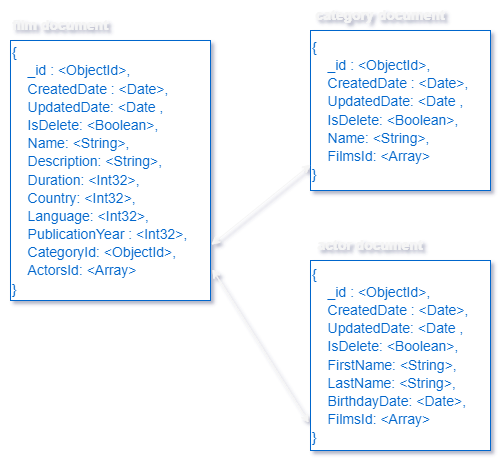
The draw.io diagram assets/moviedb_diagram.png in muhammetcagatay/microservice-api, before a commit. Source tidied: cells renumbered, new cells last; positions are measured from the earlier drawing's top-left corner, leaving out a move shared by most shapes. The source it was exported from:
```xml
<mxGraphModel>
  <root>
    <mxCell id="0" />
    <mxCell id="1" parent="0" />
    <mxCell id="2" value="&lt;font color=&quot;#0066cc&quot; style=&quot;font-size: 14px;&quot;&gt;&lt;span style=&quot;line-height: 1.3;&quot;&gt;{&lt;br&gt;&amp;nbsp; &amp;nbsp; _id : &amp;lt;ObjectId&amp;gt;,&lt;br&gt;&amp;nbsp; &amp;nbsp; CreatedDate : &amp;lt;Date&amp;gt;,&lt;br&gt;&amp;nbsp; &amp;nbsp; UpdatedDate: &amp;lt;Date ,&lt;br&gt;&amp;nbsp; &amp;nbsp; IsDelete: &amp;lt;Boolean&amp;gt;,&lt;br&gt;&amp;nbsp; &amp;nbsp; FirstName: &amp;lt;String&amp;gt;,&lt;br&gt;&amp;nbsp; &amp;nbsp; LastName: &amp;lt;String&amp;gt;,&lt;br&gt;&amp;nbsp; &amp;nbsp; BirthdayDate: &amp;lt;Date&amp;gt;,&lt;br&gt;&amp;nbsp; &amp;nbsp; FilmsId: &amp;lt;Array&amp;gt;&amp;nbsp;&lt;br&gt;}&lt;/span&gt;&lt;/font&gt;" style="whiteSpace=wrap;html=1;align=left;strokeColor=#0066CC;" parent="1" vertex="1">
      <mxGeometry x="310" y="260" width="180" height="190" as="geometry" />
    </mxCell>
    <mxCell id="3" value="&lt;b style=&quot;&quot;&gt;&lt;font color=&quot;#f5f5f5&quot;&gt;actor document&lt;/font&gt;&lt;/b&gt;" style="text;html=1;strokeColor=none;fillColor=none;align=center;verticalAlign=middle;whiteSpace=wrap;rounded=0;fontSize=14;fontColor=#0066CC;" parent="1" vertex="1">
      <mxGeometry x="310" y="230" width="120" height="30" as="geometry" />
    </mxCell>
    <mxCell id="4" value="&lt;font color=&quot;#0066cc&quot; style=&quot;font-size: 14px;&quot;&gt;&lt;span style=&quot;line-height: 1.3;&quot;&gt;{&lt;br&gt;&amp;nbsp; &amp;nbsp; _id : &amp;lt;ObjectId&amp;gt;,&lt;br&gt;&amp;nbsp; &amp;nbsp; CreatedDate : &amp;lt;Date&amp;gt;,&lt;br&gt;&amp;nbsp; &amp;nbsp; UpdatedDate: &amp;lt;Date ,&lt;br&gt;&amp;nbsp; &amp;nbsp; IsDelete: &amp;lt;Boolean&amp;gt;,&lt;br&gt;&amp;nbsp; &amp;nbsp; Name: &amp;lt;String&amp;gt;,&lt;br&gt;&amp;nbsp; &amp;nbsp; Description: &amp;lt;String&amp;gt;,&lt;br&gt;&amp;nbsp; &amp;nbsp; Duration: &amp;lt;Int32&amp;gt;,&lt;br&gt;&amp;nbsp; &amp;nbsp;&amp;nbsp;&lt;/span&gt;&lt;/font&gt;&lt;span style=&quot;color: rgb(0, 102, 204); font-size: 14px; line-height: 1.3;&quot;&gt;Country: &amp;lt;Int32&amp;gt;,&lt;br&gt;&lt;/span&gt;&lt;font color=&quot;#0066cc&quot; style=&quot;font-size: 14px;&quot;&gt;&lt;span style=&quot;line-height: 1.3;&quot;&gt;&amp;nbsp; &amp;nbsp;&amp;nbsp;&lt;/span&gt;&lt;/font&gt;&lt;span style=&quot;color: rgb(0, 102, 204); font-size: 14px; line-height: 1.3;&quot;&gt;Language: &amp;lt;Int32&amp;gt;,&lt;br&gt;&lt;/span&gt;&lt;font color=&quot;#0066cc&quot; style=&quot;font-size: 14px;&quot;&gt;&lt;span style=&quot;line-height: 1.3;&quot;&gt;&amp;nbsp; &amp;nbsp; PublicationYear : &amp;lt;Int32&amp;gt;,&lt;br&gt;&amp;nbsp; &amp;nbsp;&amp;nbsp;&lt;/span&gt;&lt;/font&gt;&lt;span style=&quot;color: rgb(0, 102, 204); font-size: 14px; line-height: 1.3;&quot;&gt;CategoryId: &amp;lt;ObjectId&amp;gt;,&lt;/span&gt;&lt;font color=&quot;#0066cc&quot; style=&quot;font-size: 14px;&quot;&gt;&lt;span style=&quot;line-height: 1.3;&quot;&gt;&lt;br&gt;&amp;nbsp; &amp;nbsp; ActorsId: &amp;lt;Array&amp;gt;&amp;nbsp;&lt;br&gt;}&lt;/span&gt;&lt;/font&gt;" style="whiteSpace=wrap;html=1;align=left;strokeColor=#0066CC;" parent="1" vertex="1">
      <mxGeometry x="10" y="40" width="200" height="260" as="geometry" />
    </mxCell>
    <mxCell id="5" value="&lt;b style=&quot;&quot;&gt;&lt;font color=&quot;#f5f5f5&quot;&gt;film document&lt;/font&gt;&lt;/b&gt;" style="text;html=1;strokeColor=none;fillColor=none;align=center;verticalAlign=middle;whiteSpace=wrap;rounded=0;fontSize=14;fontColor=#0066CC;" parent="1" vertex="1">
      <mxGeometry y="10" width="120" height="30" as="geometry" />
    </mxCell>
    <mxCell id="6" value="&lt;font color=&quot;#0066cc&quot; style=&quot;font-size: 14px;&quot;&gt;&lt;span style=&quot;line-height: 1.3;&quot;&gt;{&lt;br&gt;&amp;nbsp; &amp;nbsp; _id : &amp;lt;ObjectId&amp;gt;,&lt;br&gt;&amp;nbsp; &amp;nbsp; CreatedDate : &amp;lt;Date&amp;gt;,&lt;br&gt;&amp;nbsp; &amp;nbsp; UpdatedDate: &amp;lt;Date ,&lt;br&gt;&amp;nbsp; &amp;nbsp; IsDelete: &amp;lt;Boolean&amp;gt;,&lt;br&gt;&amp;nbsp; &amp;nbsp; Name: &amp;lt;String&amp;gt;,&lt;br&gt;&amp;nbsp; &amp;nbsp; FilmsId: &amp;lt;Array&amp;gt;&amp;nbsp;&lt;br&gt;}&lt;/span&gt;&lt;/font&gt;" style="whiteSpace=wrap;html=1;align=left;strokeColor=#0066CC;" parent="1" vertex="1">
      <mxGeometry x="310" y="30" width="180" height="160" as="geometry" />
    </mxCell>
    <mxCell id="7" value="&lt;b style=&quot;&quot;&gt;&lt;font color=&quot;#f5f5f5&quot;&gt;category document&lt;/font&gt;&lt;/b&gt;" style="text;html=1;strokeColor=none;fillColor=none;align=center;verticalAlign=middle;whiteSpace=wrap;rounded=0;fontSize=14;fontColor=#0066CC;" parent="1" vertex="1">
      <mxGeometry x="310" width="140" height="30" as="geometry" />
    </mxCell>
    <mxCell id="8" style="endArrow=classic;startArrow=classic;html=1;rounded=0;fontSize=14;fontColor=#000000;exitX=0;exitY=0.838;exitDx=0;exitDy=0;exitPerimeter=0;entryX=1.005;entryY=0.785;entryDx=0;entryDy=0;entryPerimeter=0;strokeColor=#F5F5F5;" parent="1" edge="1" source="6" target="4">
      <mxGeometry relative="1" as="geometry" />
    </mxCell>
    <mxCell id="9" style="endArrow=classic;startArrow=classic;html=1;rounded=0;fontSize=14;fontColor=#000000;exitX=-0.011;exitY=0.853;exitDx=0;exitDy=0;exitPerimeter=0;entryX=1.01;entryY=0.881;entryDx=0;entryDy=0;entryPerimeter=0;strokeColor=#F5F5F5;" parent="1" edge="1" source="2" target="4">
      <mxGeometry relative="1" as="geometry" />
    </mxCell>
  </root>
</mxGraphModel>
```
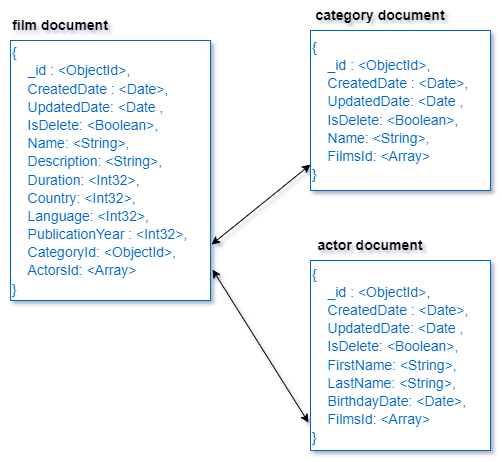
After the change.

Commit message:
update moviedb diagram

What changed in the source:
```diff
@@ -5,25 +5,25 @@
     <mxCell id="2" value="&lt;font color=&quot;#0066cc&quot; style=&quot;font-size: 14px;&quot;&gt;&lt;span style=&quot;line-height: 1.3;&quot;&gt;{&lt;br&gt;&amp;nbsp; &amp;nbsp; _id : &amp;lt;ObjectId&amp;gt;,&lt;br&gt;&amp;nbsp; &amp;nbsp; CreatedDate : &amp;lt;Date&amp;gt;,&lt;br&gt;&amp;nbsp; &amp;nbsp; UpdatedDate: &amp;lt;Date ,&lt;br&gt;&amp;nbsp; &amp;nbsp; IsDelete: &amp;lt;Boolean&amp;gt;,&lt;br&gt;&amp;nbsp; &amp;nbsp; FirstName: &amp;lt;String&amp;gt;,&lt;br&gt;&amp;nbsp; &amp;nbsp; LastName: &amp;lt;String&amp;gt;,&lt;br&gt;&amp;nbsp; &amp;nbsp; BirthdayDate: &amp;lt;Date&amp;gt;,&lt;br&gt;&amp;nbsp; &amp;nbsp; FilmsId: &amp;lt;Array&amp;gt;&amp;nbsp;&lt;br&gt;}&lt;/span&gt;&lt;/font&gt;" style="whiteSpace=wrap;html=1;align=left;strokeColor=#0066CC;" parent="1" vertex="1">
       <mxGeometry x="310" y="260" width="180" height="190" as="geometry" />
     </mxCell>
-    <mxCell id="3" value="&lt;b style=&quot;&quot;&gt;&lt;font color=&quot;#f5f5f5&quot;&gt;actor document&lt;/font&gt;&lt;/b&gt;" style="text;html=1;strokeColor=none;fillColor=none;align=center;verticalAlign=middle;whiteSpace=wrap;rounded=0;fontSize=14;fontColor=#0066CC;" parent="1" vertex="1">
+    <mxCell id="3" value="&lt;b style=&quot;&quot;&gt;&lt;font color=&quot;#000000&quot;&gt;actor document&lt;/font&gt;&lt;/b&gt;" style="text;html=1;strokeColor=none;fillColor=none;align=center;verticalAlign=middle;whiteSpace=wrap;rounded=0;fontSize=14;fontColor=#0066CC;" parent="1" vertex="1">
       <mxGeometry x="310" y="230" width="120" height="30" as="geometry" />
     </mxCell>
     <mxCell id="4" value="&lt;font color=&quot;#0066cc&quot; style=&quot;font-size: 14px;&quot;&gt;&lt;span style=&quot;line-height: 1.3;&quot;&gt;{&lt;br&gt;&amp;nbsp; &amp;nbsp; _id : &amp;lt;ObjectId&amp;gt;,&lt;br&gt;&amp;nbsp; &amp;nbsp; CreatedDate : &amp;lt;Date&amp;gt;,&lt;br&gt;&amp;nbsp; &amp;nbsp; UpdatedDate: &amp;lt;Date ,&lt;br&gt;&amp;nbsp; &amp;nbsp; IsDelete: &amp;lt;Boolean&amp;gt;,&lt;br&gt;&amp;nbsp; &amp;nbsp; Name: &amp;lt;String&amp;gt;,&lt;br&gt;&amp;nbsp; &amp;nbsp; Description: &amp;lt;String&amp;gt;,&lt;br&gt;&amp;nbsp; &amp;nbsp; Duration: &amp;lt;Int32&amp;gt;,&lt;br&gt;&amp;nbsp; &amp;nbsp;&amp;nbsp;&lt;/span&gt;&lt;/font&gt;&lt;span style=&quot;color: rgb(0, 102, 204); font-size: 14px; line-height: 1.3;&quot;&gt;Country: &amp;lt;Int32&amp;gt;,&lt;br&gt;&lt;/span&gt;&lt;font color=&quot;#0066cc&quot; style=&quot;font-size: 14px;&quot;&gt;&lt;span style=&quot;line-height: 1.3;&quot;&gt;&amp;nbsp; &amp;nbsp;&amp;nbsp;&lt;/span&gt;&lt;/font&gt;&lt;span style=&quot;color: rgb(0, 102, 204); font-size: 14px; line-height: 1.3;&quot;&gt;Language: &amp;lt;Int32&amp;gt;,&lt;br&gt;&lt;/span&gt;&lt;font color=&quot;#0066cc&quot; style=&quot;font-size: 14px;&quot;&gt;&lt;span style=&quot;line-height: 1.3;&quot;&gt;&amp;nbsp; &amp;nbsp; PublicationYear : &amp;lt;Int32&amp;gt;,&lt;br&gt;&amp;nbsp; &amp;nbsp;&amp;nbsp;&lt;/span&gt;&lt;/font&gt;&lt;span style=&quot;color: rgb(0, 102, 204); font-size: 14px; line-height: 1.3;&quot;&gt;CategoryId: &amp;lt;ObjectId&amp;gt;,&lt;/span&gt;&lt;font color=&quot;#0066cc&quot; style=&quot;font-size: 14px;&quot;&gt;&lt;span style=&quot;line-height: 1.3;&quot;&gt;&lt;br&gt;&amp;nbsp; &amp;nbsp; ActorsId: &amp;lt;Array&amp;gt;&amp;nbsp;&lt;br&gt;}&lt;/span&gt;&lt;/font&gt;" style="whiteSpace=wrap;html=1;align=left;strokeColor=#0066CC;" parent="1" vertex="1">
       <mxGeometry x="10" y="40" width="200" height="260" as="geometry" />
     </mxCell>
-    <mxCell id="5" value="&lt;b style=&quot;&quot;&gt;&lt;font color=&quot;#f5f5f5&quot;&gt;film document&lt;/font&gt;&lt;/b&gt;" style="text;html=1;strokeColor=none;fillColor=none;align=center;verticalAlign=middle;whiteSpace=wrap;rounded=0;fontSize=14;fontColor=#0066CC;" parent="1" vertex="1">
+    <mxCell id="5" value="&lt;b style=&quot;&quot;&gt;&lt;font color=&quot;#000000&quot;&gt;film document&lt;/font&gt;&lt;/b&gt;" style="text;html=1;strokeColor=none;fillColor=none;align=center;verticalAlign=middle;whiteSpace=wrap;rounded=0;fontSize=14;fontColor=#0066CC;" parent="1" vertex="1">
       <mxGeometry y="10" width="120" height="30" as="geometry" />
     </mxCell>
     <mxCell id="6" value="&lt;font color=&quot;#0066cc&quot; style=&quot;font-size: 14px;&quot;&gt;&lt;span style=&quot;line-height: 1.3;&quot;&gt;{&lt;br&gt;&amp;nbsp; &amp;nbsp; _id : &amp;lt;ObjectId&amp;gt;,&lt;br&gt;&amp;nbsp; &amp;nbsp; CreatedDate : &amp;lt;Date&amp;gt;,&lt;br&gt;&amp;nbsp; &amp;nbsp; UpdatedDate: &amp;lt;Date ,&lt;br&gt;&amp;nbsp; &amp;nbsp; IsDelete: &amp;lt;Boolean&amp;gt;,&lt;br&gt;&amp;nbsp; &amp;nbsp; Name: &amp;lt;String&amp;gt;,&lt;br&gt;&amp;nbsp; &amp;nbsp; FilmsId: &amp;lt;Array&amp;gt;&amp;nbsp;&lt;br&gt;}&lt;/span&gt;&lt;/font&gt;" style="whiteSpace=wrap;html=1;align=left;strokeColor=#0066CC;" parent="1" vertex="1">
       <mxGeometry x="310" y="30" width="180" height="160" as="geometry" />
     </mxCell>
-    <mxCell id="7" value="&lt;b style=&quot;&quot;&gt;&lt;font color=&quot;#f5f5f5&quot;&gt;category document&lt;/font&gt;&lt;/b&gt;" style="text;html=1;strokeColor=none;fillColor=none;align=center;verticalAlign=middle;whiteSpace=wrap;rounded=0;fontSize=14;fontColor=#0066CC;" parent="1" vertex="1">
+    <mxCell id="7" value="&lt;b style=&quot;&quot;&gt;&lt;font color=&quot;#000000&quot;&gt;category document&lt;/font&gt;&lt;/b&gt;" style="text;html=1;strokeColor=none;fillColor=none;align=center;verticalAlign=middle;whiteSpace=wrap;rounded=0;fontSize=14;fontColor=#0066CC;" parent="1" vertex="1">
       <mxGeometry x="310" width="140" height="30" as="geometry" />
     </mxCell>
-    <mxCell id="8" style="endArrow=classic;startArrow=classic;html=1;rounded=0;fontSize=14;fontColor=#000000;exitX=0;exitY=0.838;exitDx=0;exitDy=0;exitPerimeter=0;entryX=1.005;entryY=0.785;entryDx=0;entryDy=0;entryPerimeter=0;strokeColor=#F5F5F5;" parent="1" edge="1" source="6" target="4">
+    <mxCell id="8" style="endArrow=classic;startArrow=classic;html=1;rounded=0;fontSize=14;fontColor=#000000;exitX=0;exitY=0.838;exitDx=0;exitDy=0;exitPerimeter=0;entryX=1.005;entryY=0.785;entryDx=0;entryDy=0;entryPerimeter=0;strokeColor=#000000;" parent="1" edge="1" source="6" target="4">
       <mxGeometry relative="1" as="geometry" />
     </mxCell>
-    <mxCell id="9" style="endArrow=classic;startArrow=classic;html=1;rounded=0;fontSize=14;fontColor=#000000;exitX=-0.011;exitY=0.853;exitDx=0;exitDy=0;exitPerimeter=0;entryX=1.01;entryY=0.881;entryDx=0;entryDy=0;entryPerimeter=0;strokeColor=#F5F5F5;" parent="1" edge="1" source="2" target="4">
+    <mxCell id="9" style="endArrow=classic;startArrow=classic;html=1;rounded=0;fontSize=14;fontColor=#000000;exitX=-0.011;exitY=0.853;exitDx=0;exitDy=0;exitPerimeter=0;entryX=1.01;entryY=0.881;entryDx=0;entryDy=0;entryPerimeter=0;strokeColor=#000000;" parent="1" edge="1" source="2" target="4">
       <mxGeometry relative="1" as="geometry" />
     </mxCell>
   </root>
```
